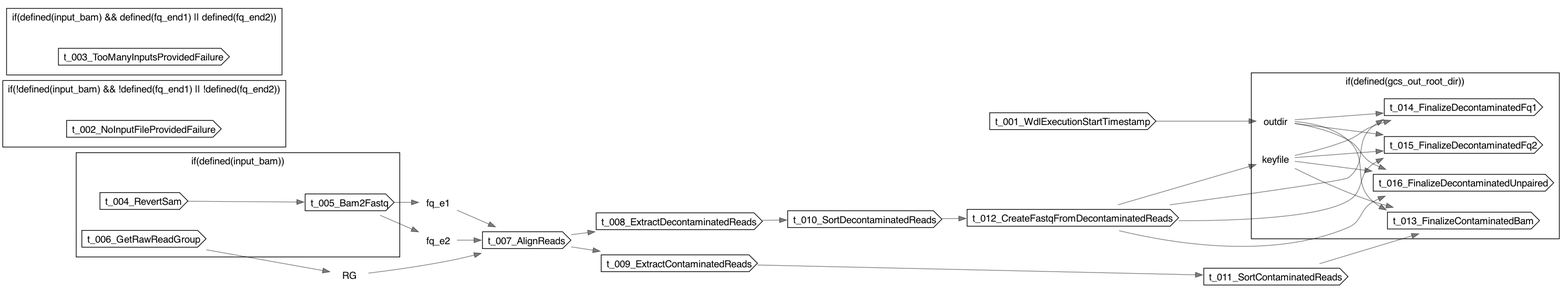
Before: dot/RemoveSingleOrganismContamination.dot.png, a diagram exported from Graphviz (broadinstitute/long-read-pipelines). Its source is kept beside it as dot/RemoveSingleOrganismContamination.dot.
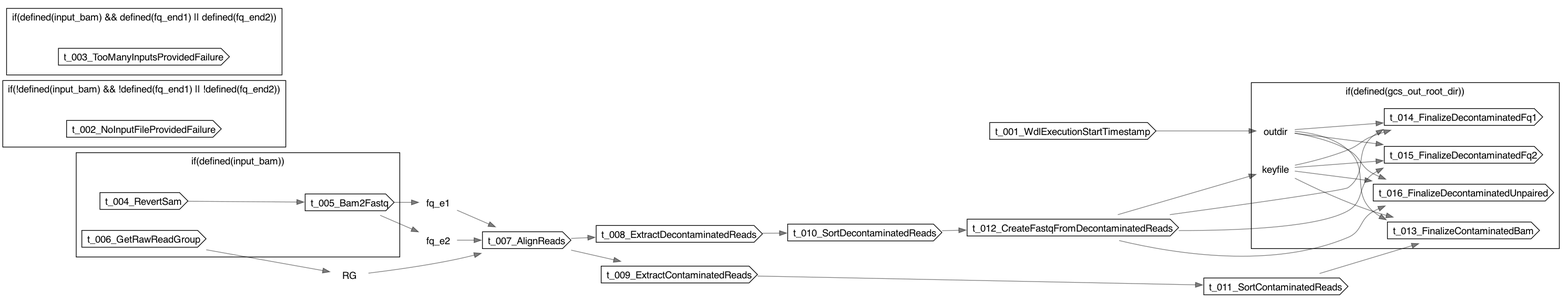
After the commit.

Change to the diagram source:
```diff
@@ -43,9 +43,9 @@
 	"call-t_005_Bam2Fastq" -> "decl-fq_e1"
 	"call-t_005_Bam2Fastq" -> "decl-fq_e2"
 	"call-t_006_GetRawReadGroup" -> "decl-RG"
-	"decl-RG" -> "call-t_007_AlignReads"
 	"decl-fq_e1" -> "call-t_007_AlignReads"
 	"decl-fq_e2" -> "call-t_007_AlignReads"
+	"decl-RG" -> "call-t_007_AlignReads"
 	"call-t_007_AlignReads" -> "call-t_008_ExtractDecontaminatedReads"
 	"call-t_007_AlignReads" -> "call-t_009_ExtractContaminatedReads"
 	"call-t_008_ExtractDecontaminatedReads" -> "call-t_010_SortDecontaminatedReads"
@@ -54,15 +54,15 @@
 	"call-t_012_CreateFastqFromDecontaminatedReads" -> "decl-keyfile"
 	"call-t_001_WdlExecutionStartTimestamp" -> "decl-outdir"
 	"decl-outdir" -> "call-t_013_FinalizeContaminatedBam"
+	"call-t_011_SortContaminatedReads" -> "call-t_013_FinalizeContaminatedBam"
 	"decl-keyfile" -> "call-t_013_FinalizeContaminatedBam"
-	"call-t_011_SortContaminatedReads" -> "call-t_013_FinalizeContaminatedBam"
-	"call-t_012_CreateFastqFromDecontaminatedReads" -> "call-t_014_FinalizeDecontaminatedFq1"
 	"decl-outdir" -> "call-t_014_FinalizeDecontaminatedFq1"
 	"decl-keyfile" -> "call-t_014_FinalizeDecontaminatedFq1"
-	"call-t_012_CreateFastqFromDecontaminatedReads" -> "call-t_015_FinalizeDecontaminatedFq2"
+	"call-t_012_CreateFastqFromDecontaminatedReads" -> "call-t_014_FinalizeDecontaminatedFq1"
 	"decl-outdir" -> "call-t_015_FinalizeDecontaminatedFq2"
 	"decl-keyfile" -> "call-t_015_FinalizeDecontaminatedFq2"
-	"call-t_012_CreateFastqFromDecontaminatedReads" -> "call-t_016_FinalizeDecontaminatedUnpaired"
+	"call-t_012_CreateFastqFromDecontaminatedReads" -> "call-t_015_FinalizeDecontaminatedFq2"
 	"decl-outdir" -> "call-t_016_FinalizeDecontaminatedUnpaired"
 	"decl-keyfile" -> "call-t_016_FinalizeDecontaminatedUnpaired"
+	"call-t_012_CreateFastqFromDecontaminatedReads" -> "call-t_016_FinalizeDecontaminatedUnpaired"
 }
```
